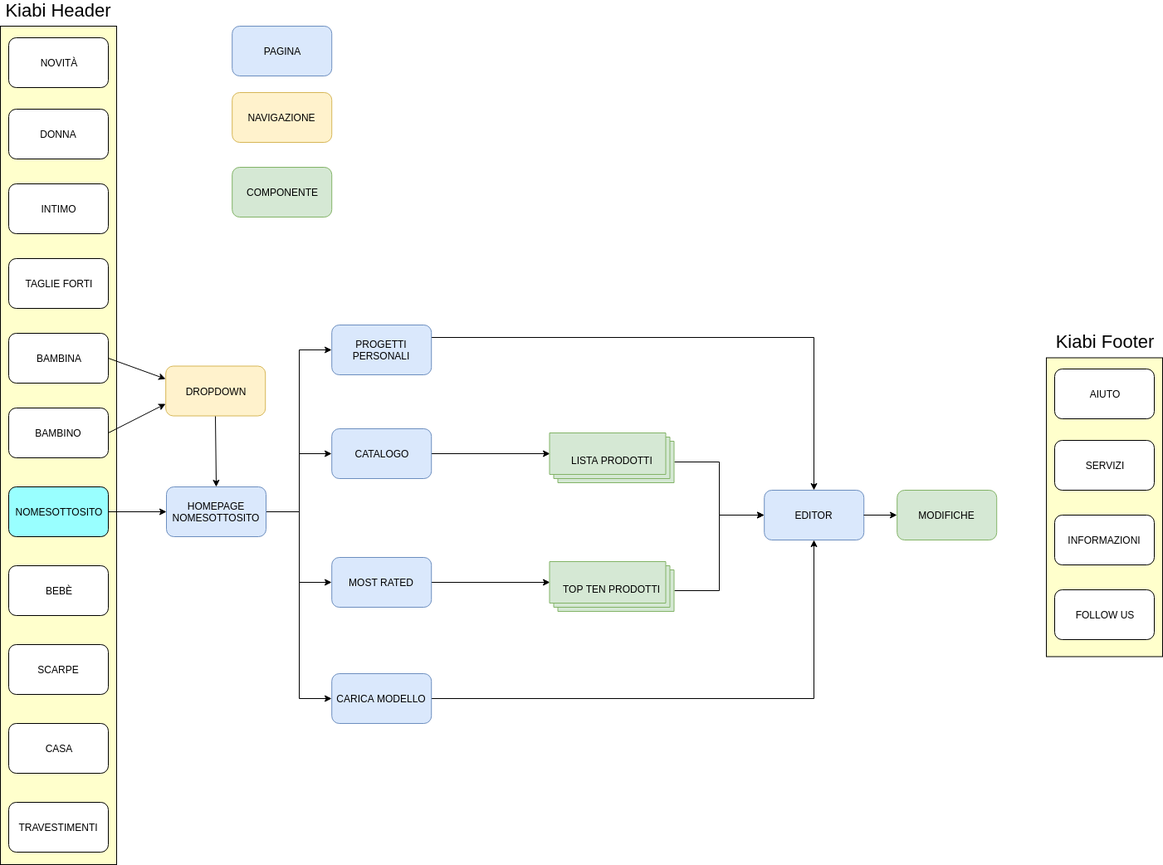
The draw.io diagram src/img/Utente_loggato.png in Elidor00/UUX, before a commit. Source tidied: cells renumbered, new cells last; positions are measured from the earlier drawing's top-left corner, leaving out a move shared by most shapes.
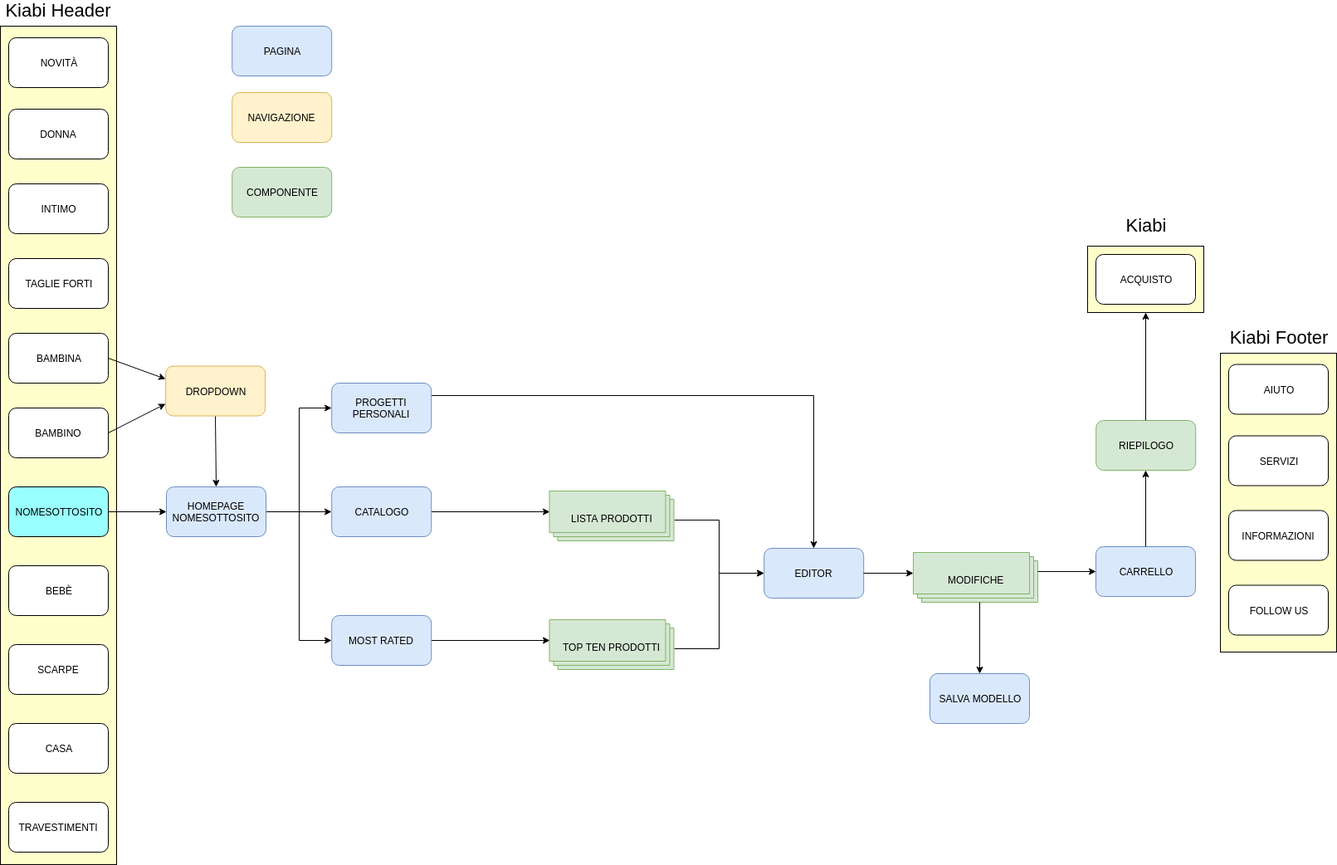
After the commit.

What changed in the source:
```diff
@@ -62,9 +62,6 @@
     <mxCell id="21" style="edgeStyle=orthogonalEdgeStyle;rounded=0;jettySize=auto;html=1;exitX=1;exitY=0.5;exitDx=0;exitDy=0;entryX=0;entryY=0.5;entryDx=0;entryDy=0;" parent="1" edge="1" source="23" target="52">
       <mxGeometry relative="1" as="geometry" />
     </mxCell>
-    <mxCell id="22" style="edgeStyle=orthogonalEdgeStyle;rounded=0;jettySize=auto;html=1;exitX=1;exitY=0.5;exitDx=0;exitDy=0;entryX=0;entryY=0.5;entryDx=0;entryDy=0;" parent="1" edge="1" source="23" target="54">
-      <mxGeometry relative="1" as="geometry" />
-    </mxCell>
     <mxCell id="23" value="HOMEPAGE NOMESOTTOSITO&lt;br&gt;" style="rounded=1;whiteSpace=wrap;html=1;strokeColor=#6C8EBF;fillColor=#DAE8FC;" parent="1" vertex="1">
       <mxGeometry x="200" y="584" width="120" height="60" as="geometry" />
     </mxCell>
@@ -99,22 +96,22 @@
       </mxGeometry>
     </mxCell>
     <mxCell id="30" style="rounded=0;whiteSpace=wrap;html=1;strokeColor=#000000;fillColor=#FFFFCC;" parent="1" vertex="1">
-      <mxGeometry x="1260" y="428.5" width="140" height="360" as="geometry" />
+      <mxGeometry x="1470" y="423" width="140" height="360" as="geometry" />
     </mxCell>
     <mxCell id="31" value="INFORMAZIONI" style="rounded=1;whiteSpace=wrap;html=1;" parent="1" vertex="1">
-      <mxGeometry x="1270" y="618" width="120" height="60" as="geometry" />
+      <mxGeometry x="1480" y="612.5" width="120" height="60" as="geometry" />
     </mxCell>
     <mxCell id="32" value="SERVIZI" style="rounded=1;whiteSpace=wrap;html=1;" parent="1" vertex="1">
-      <mxGeometry x="1270" y="528" width="120" height="60" as="geometry" />
+      <mxGeometry x="1480" y="522.5" width="120" height="60" as="geometry" />
     </mxCell>
     <mxCell id="33" value="FOLLOW US" style="rounded=1;whiteSpace=wrap;html=1;" parent="1" vertex="1">
-      <mxGeometry x="1270" y="708" width="120" height="60" as="geometry" />
+      <mxGeometry x="1480" y="702.5" width="120" height="60" as="geometry" />
     </mxCell>
     <mxCell id="34" value="AIUTO" style="rounded=1;whiteSpace=wrap;html=1;" parent="1" vertex="1">
-      <mxGeometry x="1270" y="442" width="120" height="60" as="geometry" />
+      <mxGeometry x="1480" y="436.5" width="120" height="60" as="geometry" />
     </mxCell>
     <mxCell id="35" value="Kiabi Footer" style="text;html=1;strokeColor=none;fillColor=none;align=center;verticalAlign=middle;whiteSpace=wrap;rounded=0;fontSize=22;" parent="1" vertex="1">
-      <mxGeometry x="1260" y="399" width="140" height="20" as="geometry" />
+      <mxGeometry x="1470" y="393.5" width="140" height="20" as="geometry" />
     </mxCell>
     <mxCell id="36" style="edgeStyle=orthogonalEdgeStyle;rounded=0;orthogonalLoop=1;jettySize=auto;html=1;exitX=1;exitY=0.5;exitDx=0;exitDy=0;entryX=0;entryY=0;entryDx=0;entryDy=25;entryPerimeter=0;fontSize=22;" parent="1" edge="1">
       <mxGeometry relative="1" as="geometry">
@@ -155,13 +152,13 @@
       <mxGeometry relative="1" as="geometry" />
     </mxCell>
     <mxCell id="44" value="CATALOGO" style="rounded=1;whiteSpace=wrap;html=1;fillColor=#dae8fc;strokeColor=#6c8ebf;" parent="1" vertex="1">
-      <mxGeometry x="399.2" y="514" width="120" height="60" as="geometry" />
+      <mxGeometry x="399.2" y="584" width="120" height="60" as="geometry" />
     </mxCell>
     <mxCell id="45" style="edgeStyle=orthogonalEdgeStyle;rounded=0;jettySize=auto;html=1;exitX=1;exitY=0.5;exitDx=0;exitDy=0;entryX=0;entryY=0;entryDx=0;entryDy=25;entryPerimeter=0;" parent="1" edge="1" source="46" target="49">
       <mxGeometry relative="1" as="geometry" />
     </mxCell>
     <mxCell id="46" value="MOST RATED&lt;br&gt;" style="rounded=1;whiteSpace=wrap;html=1;fillColor=#dae8fc;strokeColor=#6c8ebf;" parent="1" vertex="1">
-      <mxGeometry x="399.2" y="669" width="120" height="60" as="geometry" />
+      <mxGeometry x="399.2" y="739" width="120" height="60" as="geometry" />
     </mxCell>
     <mxCell id="47" style="edgeStyle=orthogonalEdgeStyle;rounded=0;jettySize=auto;html=1;exitX=0;exitY=0;exitDx=150;exitDy=35;exitPerimeter=0;entryX=0;entryY=0.5;entryDx=0;entryDy=0;" parent="1" edge="1" source="55" target="50">
       <mxGeometry relative="1" as="geometry" />
@@ -170,25 +167,19 @@
       <mxGeometry relative="1" as="geometry" />
     </mxCell>
     <mxCell id="49" value="&lt;span style=&quot;font-size: 12px&quot;&gt;TOP TEN PRODOTTI&lt;/span&gt;" style="verticalLabelPosition=middle;verticalAlign=middle;html=1;shape=mxgraph.basic.layered_rect;dx=10;outlineConnect=0;strokeColor=#82B366;fillColor=#D5E8D4;fontSize=22;labelPosition=center;align=center;" parent="1" vertex="1">
-      <mxGeometry x="661.5" y="674" width="150" height="60" as="geometry" />
+      <mxGeometry x="661.5" y="744" width="150" height="60" as="geometry" />
     </mxCell>
     <mxCell id="50" value="EDITOR" style="rounded=1;whiteSpace=wrap;html=1;fillColor=#dae8fc;strokeColor=#6c8ebf;" parent="1" vertex="1">
-      <mxGeometry x="920.2" y="588" width="120" height="60" as="geometry" />
+      <mxGeometry x="920.2" y="658" width="120" height="60" as="geometry" />
     </mxCell>
     <mxCell id="51" style="edgeStyle=orthogonalEdgeStyle;rounded=0;jettySize=auto;html=1;exitX=1;exitY=0.25;exitDx=0;exitDy=0;entryX=0.5;entryY=0;entryDx=0;entryDy=0;" parent="1" edge="1" source="52" target="50">
       <mxGeometry relative="1" as="geometry" />
     </mxCell>
     <mxCell id="52" value="PROGETTI PERSONALI" style="rounded=1;whiteSpace=wrap;html=1;fillColor=#dae8fc;strokeColor=#6c8ebf;" parent="1" vertex="1">
-      <mxGeometry x="399.2" y="389" width="120" height="60" as="geometry" />
+      <mxGeometry x="399.2" y="459" width="120" height="60" as="geometry" />
     </mxCell>
-    <mxCell id="53" style="edgeStyle=orthogonalEdgeStyle;rounded=0;jettySize=auto;html=1;exitX=1;exitY=0.5;exitDx=0;exitDy=0;entryX=0.5;entryY=1;entryDx=0;entryDy=0;" parent="1" edge="1" source="54" target="50">
-      <mxGeometry relative="1" as="geometry" />
-    </mxCell>
-    <mxCell id="54" value="CARICA MODELLO&lt;br&gt;" style="rounded=1;whiteSpace=wrap;html=1;fillColor=#dae8fc;strokeColor=#6c8ebf;" parent="1" vertex="1">
-      <mxGeometry x="399.2" y="809" width="120" height="60" as="geometry" />
-    </mxCell>
     <mxCell id="55" value="&lt;span style=&quot;font-size: 12px&quot;&gt;LISTA PRODOTTI&lt;/span&gt;" style="verticalLabelPosition=middle;verticalAlign=middle;html=1;shape=mxgraph.basic.layered_rect;dx=10;outlineConnect=0;strokeColor=#82B366;fillColor=#D5E8D4;fontSize=22;labelPosition=center;align=center;" parent="1" vertex="1">
-      <mxGeometry x="661.5" y="519" width="150" height="60" as="geometry" />
+      <mxGeometry x="661.5" y="589" width="150" height="60" as="geometry" />
     </mxCell>
     <mxCell id="56" value="DROPDOWN" style="rounded=1;whiteSpace=wrap;html=1;fillColor=#fff2cc;strokeColor=#d6b656;" parent="1" vertex="1">
       <mxGeometry x="199.2" y="438.5" width="120" height="60" as="geometry" />
@@ -208,11 +199,41 @@
         <mxPoint x="260" y="584" as="targetPoint" />
       </mxGeometry>
     </mxCell>
+    <mxCell id="61" style="endArrow=classic;html=1;exitX=1;exitY=0.5;exitDx=0;exitDy=0;entryX=0;entryY=0;entryDx=0;entryDy=25.000000000000004;entryPerimeter=0;" parent="1" edge="1" source="50" target="60">
+      <mxGeometry relative="1" as="geometry" />
+    </mxCell>
+    <mxCell id="62" value="CARRELLO" style="rounded=1;whiteSpace=wrap;html=1;fillColor=#dae8fc;strokeColor=#6c8ebf;" parent="1" vertex="1">
+      <mxGeometry x="1320" y="656" width="120" height="60" as="geometry" />
+    </mxCell>
-    <mxCell id="60" value="MODIFICHE" style="rounded=1;whiteSpace=wrap;html=1;fillColor=#d5e8d4;strokeColor=#82b366;" parent="1" vertex="1">
-      <mxGeometry x="1080.2" y="588" width="120" height="60" as="geometry" />
+    <mxCell id="60" value="&lt;span style=&quot;font-size: 12px&quot;&gt;MODIFICHE&lt;/span&gt;" style="verticalLabelPosition=middle;verticalAlign=middle;html=1;shape=mxgraph.basic.layered_rect;dx=10;outlineConnect=0;strokeColor=#82B366;fillColor=#D5E8D4;fontSize=22;labelPosition=center;align=center;" parent="1" vertex="1">
+      <mxGeometry x="1100" y="663" width="150" height="60" as="geometry" />
     </mxCell>
-    <mxCell id="61" style="endArrow=classic;html=1;exitX=1;exitY=0.5;exitDx=0;exitDy=0;entryX=0;entryY=0.5;entryDx=0;entryDy=0;" parent="1" edge="1" source="50" target="60">
-      <mxGeometry relative="1" as="geometry" />
-    </mxCell>
+    <mxCell id="63" style="endArrow=classic;html=1;entryX=0;entryY=0.5;entryDx=0;entryDy=0;exitX=0;exitY=0;exitDx=150;exitDy=22.5;exitPerimeter=0;" parent="1" edge="1" source="60" target="62">
+      <mxGeometry relative="1" as="geometry" />
+    </mxCell>
+    <mxCell id="64" value="RIEPILOGO" style="rounded=1;whiteSpace=wrap;html=1;fillColor=#d5e8d4;strokeColor=#82b366;" parent="1" vertex="1">
+      <mxGeometry x="1320.2" y="504" width="120" height="60" as="geometry" />
+    </mxCell>
+    <mxCell id="65" style="endArrow=classic;html=1;entryX=0.5;entryY=1;entryDx=0;entryDy=0;exitX=0.5;exitY=0;exitDx=0;exitDy=0;" parent="1" edge="1" source="62" target="64">
+      <mxGeometry relative="1" as="geometry" />
+    </mxCell>
+    <mxCell id="66" style="rounded=0;whiteSpace=wrap;html=1;strokeColor=#000000;fillColor=#FFFFCC;" parent="1" vertex="1">
+      <mxGeometry x="1310" y="294" width="140" height="80" as="geometry" />
+    </mxCell>
+    <mxCell id="67" value="ACQUISTO&lt;br&gt;" style="rounded=1;whiteSpace=wrap;html=1;fillColor=#FFFFFF;strokeColor=#000000;" parent="1" vertex="1">
+      <mxGeometry x="1320" y="304" width="120" height="60" as="geometry" />
+    </mxCell>
+    <mxCell id="68" value="Kiabi" style="text;html=1;strokeColor=none;fillColor=none;align=center;verticalAlign=middle;whiteSpace=wrap;rounded=0;fontSize=22;" parent="1" vertex="1">
+      <mxGeometry x="1310" y="259" width="140" height="20" as="geometry" />
+    </mxCell>
+    <mxCell id="69" style="endArrow=classic;html=1;entryX=0.5;entryY=1;entryDx=0;entryDy=0;exitX=0.5;exitY=0;exitDx=0;exitDy=0;" parent="1" edge="1" source="64" target="66">
+      <mxGeometry relative="1" as="geometry" />
+    </mxCell>
+    <mxCell id="70" value="SALVA MODELLO" style="rounded=1;whiteSpace=wrap;html=1;fillColor=#dae8fc;strokeColor=#6c8ebf;" parent="1" vertex="1">
+      <mxGeometry x="1120" y="809" width="120" height="60" as="geometry" />
+    </mxCell>
+    <mxCell id="71" style="endArrow=classic;html=1;entryX=0.5;entryY=0;entryDx=0;entryDy=0;exitX=0;exitY=0;exitDx=80;exitDy=60.00000000000001;exitPerimeter=0;" parent="1" edge="1" source="60" target="70">
+      <mxGeometry relative="1" as="geometry" />
+    </mxCell>
   </root>
 </mxGraphModel>
```
